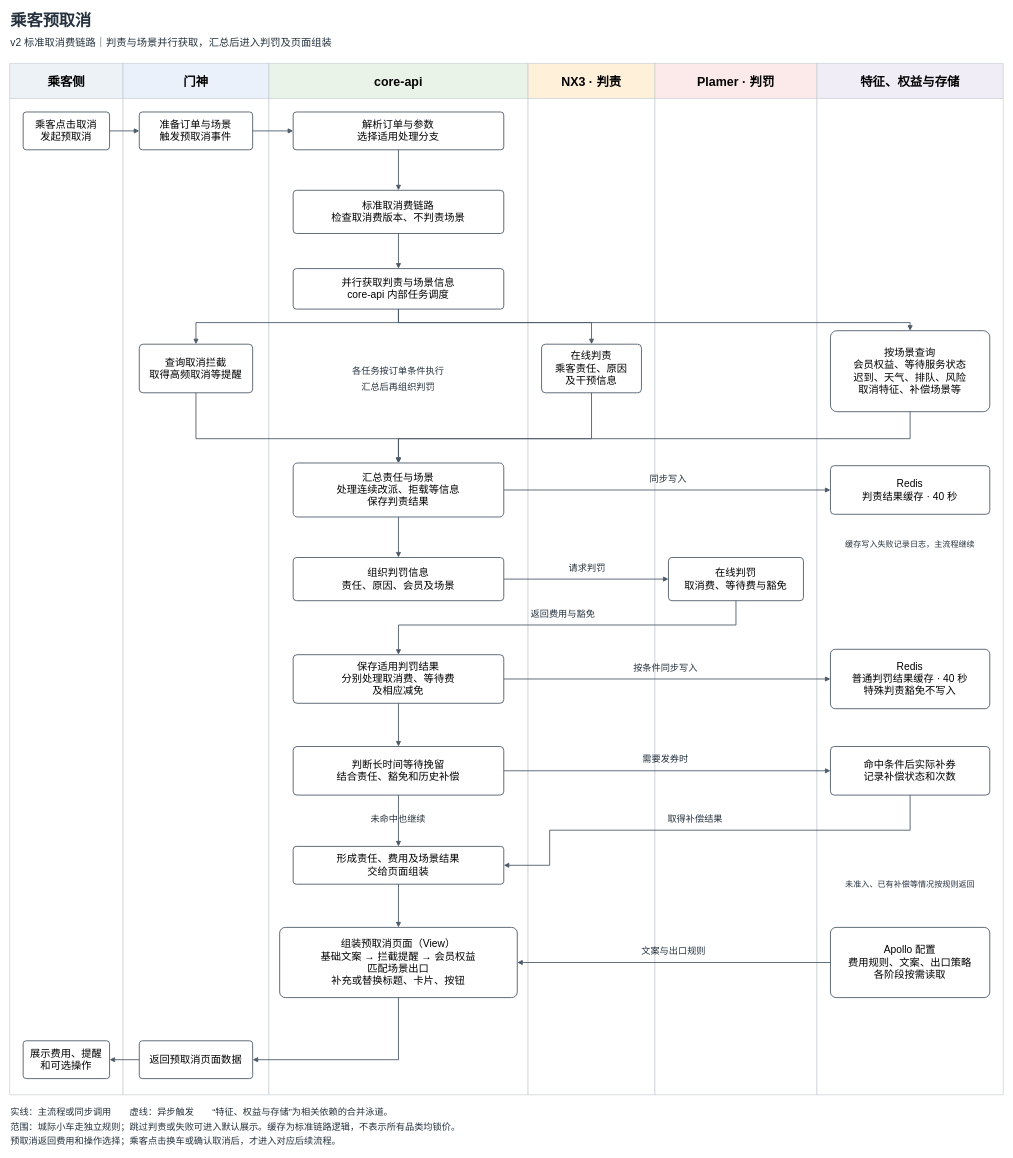
The draw.io diagram 预取消流程-泳道图.drawio in EYOKE/hello-world, before the edit. Source tidied: cells renumbered, new cells numbered last; positions are measured from the earlier drawing's top-left corner, leaving out a move shared by most shapes. Both pictures are drawn from the tidied source at 54%, with x=0, y=0 at pixel (9, 9).
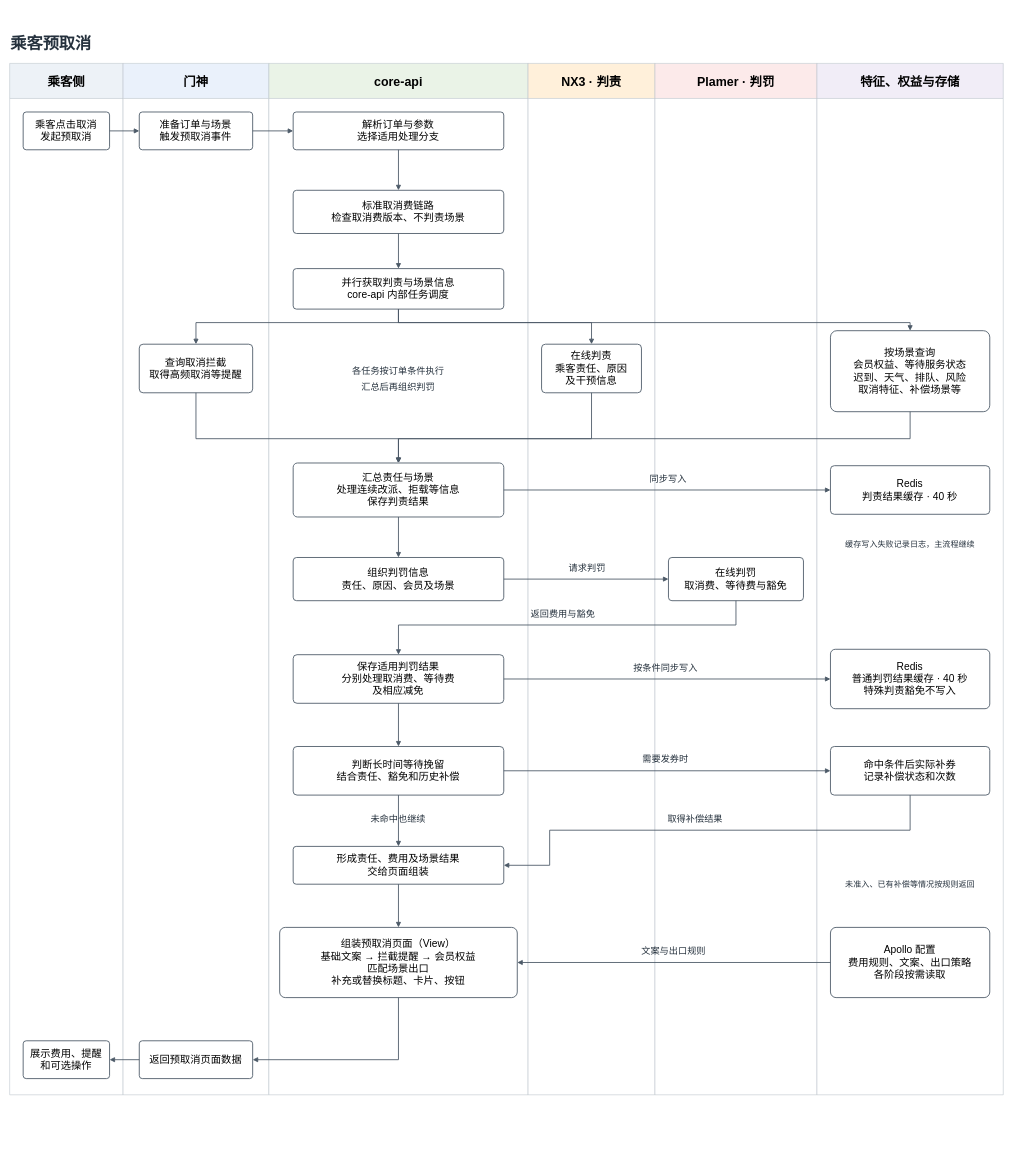
Above is the later version.

Commit message:
更新预取消流程-泳道图.drawio

Change to the diagram source:
```diff
@@
     <mxCell id="2" value="乘客预取消" style="text;html=0;whiteSpace=wrap;align=left;verticalAlign=middle;fontFamily=PingFang SC;fontSize=30;fontColor=#25313d;fontStyle=1;" parent="1" vertex="1">
-      <mxGeometry x="0.4" y="-0.1" width="1750" height="42" as="geometry" />
+      <mxGeometry x="0.4" y="41" width="1750" height="42" as="geometry" />
     </mxCell>
-    <mxCell id="3" value="v2 标准取消费链路｜判责与场景并行获取，汇总后进入判罚及页面组装" style="text;html=0;whiteSpace=wrap;align=left;verticalAlign=middle;fontFamily=PingFang SC;fontSize=19;fontColor=#25313d;" parent="1" vertex="1">
-      <mxGeometry x="0.4" y="45.9" width="1750" height="32" as="geometry" />
-    </mxCell>
@@
-    <mxCell id="66" value="实线：主流程或同步调用　　虚线：异步触发　　“特征、权益与存储”为相关依赖的合并泳道。" style="text;html=0;whiteSpace=wrap;align=left;verticalAlign=middle;fontFamily=PingFang SC;fontSize=17;fontColor=#25313d;" parent="1" vertex="1">
-      <mxGeometry x="0.4" y="2029.9" width="1840" height="26" as="geometry" />
-    </mxCell>
-    <mxCell id="67" value="范围：城际小车走独立规则；跳过判责或失败可进入默认展示。缓存为标准链路逻辑，不表示所有品类均锁价。" style="text;html=0;whiteSpace=wrap;align=left;verticalAlign=middle;fontFamily=PingFang SC;fontSize=17;fontColor=#25313d;" parent="1" vertex="1">
-      <mxGeometry x="0.4" y="2056.9" width="1840" height="26" as="geometry" />
-    </mxCell>
-    <mxCell id="68" value="预取消返回费用和操作选择；乘客点击换车或确认取消后，才进入对应后续流程。" style="text;html=0;whiteSpace=wrap;align=left;verticalAlign=middle;fontFamily=PingFang SC;fontSize=17;fontColor=#25313d;" parent="1" vertex="1">
-      <mxGeometry x="0.4" y="2083.9" width="1840" height="26" as="geometry" />
-    </mxCell>
```
